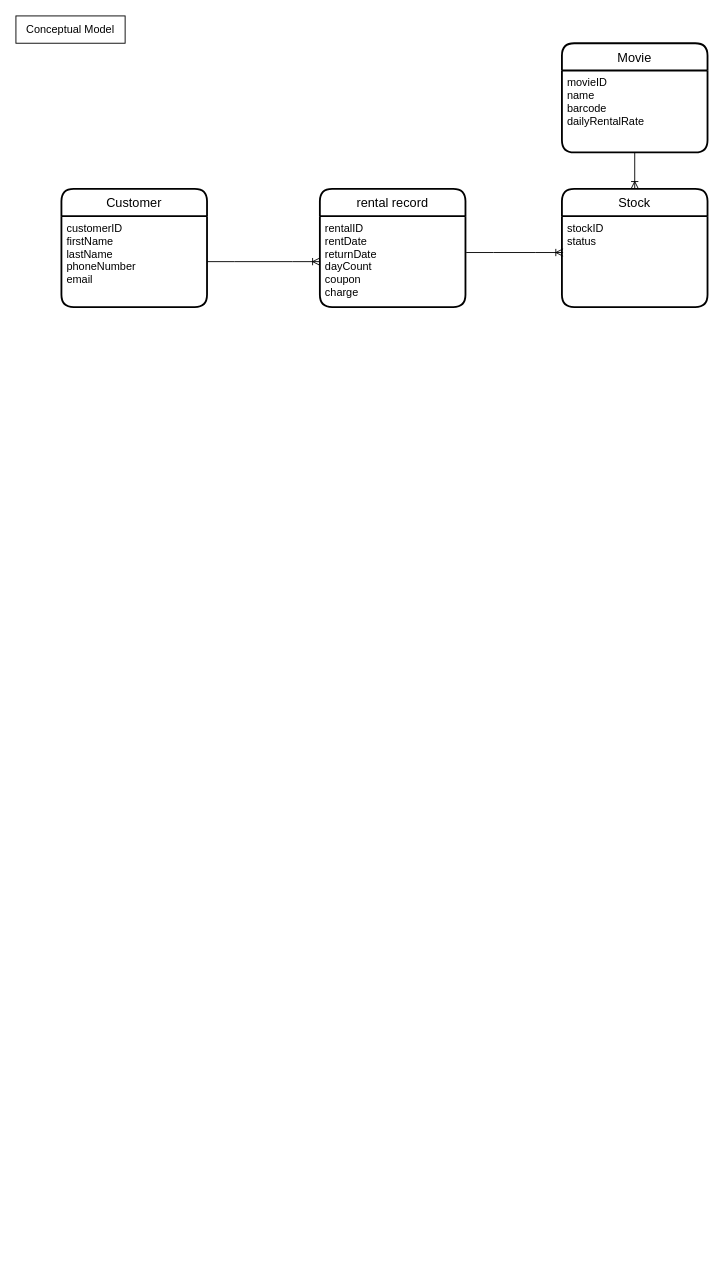
Before: vidly.drawio in SiloryL/Learning, a draw.io diagram. Source tidied: cells renumbered, new cells numbered last; positions are measured from the earlier drawing's top-left corner, leaving out a move shared by most shapes. Both pictures are drawn from the tidied source at 91%, with x=0, y=0 at pixel (15, 15).
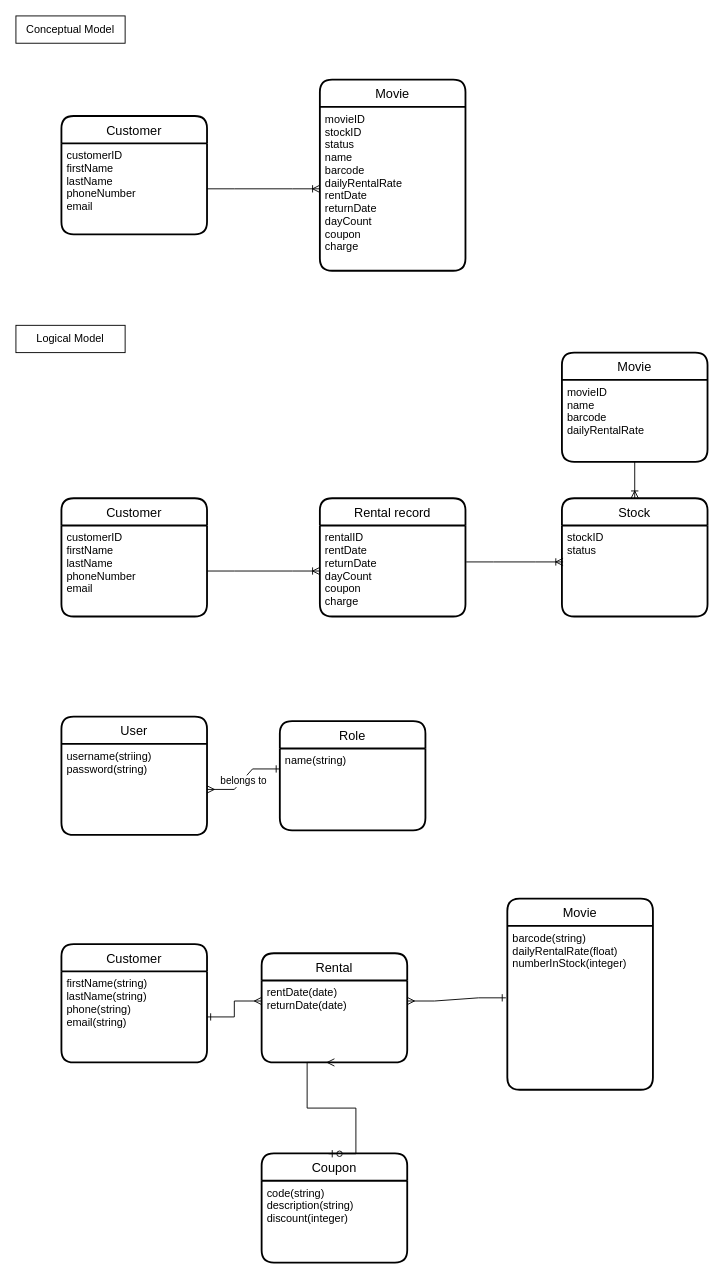
The same page after the edit.

The change refers to these unchanged cells:
```xml
<mxCell id="8" value="customerID&#10;firstName&#10;lastName&#10;phoneNumber&#10;email" style="align=left;strokeColor=none;fillColor=none;spacingLeft=4;fontSize=12;verticalAlign=top;" parent="7" vertex="1">
  <mxGeometry y="30" width="160" height="100" as="geometry" />
</mxCell>
```

The edit, as a diff of the source:
```diff
@@
-    <mxCell id="3" value="Movie" style="swimlane;horizontal=1;startSize=30;rounded=1;fontSize=14;fontStyle=0;strokeWidth=2;shadow=0;dashed=0;align=center;" parent="1" vertex="1">
-      <mxGeometry x="600" y="30" width="160" height="120" as="geometry" />
-    </mxCell>
-    <mxCell id="4" value="movieID&#10;name&#10;barcode&#10;dailyRentalRate" style="align=left;strokeColor=none;fillColor=none;spacingLeft=4;fontSize=12;verticalAlign=top;" parent="3" vertex="1">
-      <mxGeometry y="30" width="160" height="90" as="geometry" />
-    </mxCell>
-    <mxCell id="5" value="Stock" style="swimlane;horizontal=1;startSize=30;rounded=1;fontSize=14;fontStyle=0;strokeWidth=2;shadow=0;dashed=0;align=center;" parent="1" vertex="1">
-      <mxGeometry x="600" y="190" width="160" height="130" as="geometry" />
-    </mxCell>
-    <mxCell id="6" value="stockID&#10;status" style="align=left;strokeColor=none;fillColor=none;spacingLeft=4;fontSize=12;verticalAlign=top;" parent="5" vertex="1">
-      <mxGeometry y="30" width="160" height="100" as="geometry" />
-    </mxCell>
     <mxCell id="7" value="Customer" style="swimlane;horizontal=1;startSize=30;rounded=1;fontSize=14;fontStyle=0;strokeWidth=2;shadow=0;dashed=0;align=center;" parent="1" vertex="1">
-      <mxGeometry x="50" y="190" width="160" height="130" as="geometry" />
+      <mxGeometry x="50" y="110" width="160" height="130" as="geometry" />
     </mxCell>
@@
-    <mxCell id="9" value="rental record" style="swimlane;horizontal=1;startSize=30;rounded=1;fontSize=14;fontStyle=0;strokeWidth=2;shadow=0;dashed=0;align=center;" parent="1" vertex="1">
-      <mxGeometry x="334" y="190" width="160" height="130" as="geometry" />
+    <mxCell id="9" value="Movie" style="swimlane;horizontal=1;startSize=30;rounded=1;fontSize=14;fontStyle=0;strokeWidth=2;shadow=0;dashed=0;align=center;" parent="1" vertex="1">
+      <mxGeometry x="334" y="70" width="160" height="210" as="geometry" />
     </mxCell>
-    <mxCell id="10" value="rentalID&#10;rentDate&#10;returnDate&#10;dayCount&#10;coupon&#10;charge" style="align=left;strokeColor=none;fillColor=none;spacingLeft=4;fontSize=12;verticalAlign=top;" parent="9" vertex="1">
-      <mxGeometry y="30" width="160" height="100" as="geometry" />
+    <mxCell id="10" value="movieID&#10;stockID&#10;status&#10;name&#10;barcode&#10;dailyRentalRate&#10;rentDate&#10;returnDate&#10;dayCount&#10;coupon&#10;charge" style="align=left;strokeColor=none;fillColor=none;spacingLeft=4;fontSize=12;verticalAlign=top;" parent="9" vertex="1">
+      <mxGeometry y="30" width="160" height="180" as="geometry" />
     </mxCell>
+    <mxCell id="13" style="edgeStyle=entityRelationEdgeStyle;fontSize=12;html=1;endArrow=ERoneToMany;rounded=0;exitX=1;exitY=0.5;exitDx=0;exitDy=0;entryX=0;entryY=0.5;entryDx=0;entryDy=0;" parent="1" edge="1" source="8" target="10">
+      <mxGeometry relative="1" as="geometry" />
+    </mxCell>
+    <mxCell id="14" value="Logical Model" style="rounded=0;whiteSpace=wrap;html=1;" parent="1" vertex="1">
+      <mxGeometry y="340" width="120" height="30" as="geometry" />
+    </mxCell>
+    <mxCell id="15" value="Movie" style="swimlane;horizontal=1;startSize=30;rounded=1;fontSize=14;fontStyle=0;strokeWidth=2;shadow=0;dashed=0;align=center;" parent="1" vertex="1">
+      <mxGeometry x="600" y="370" width="160" height="120" as="geometry" />
+    </mxCell>
+    <mxCell id="4" value="movieID&#10;name&#10;barcode&#10;dailyRentalRate" style="align=left;strokeColor=none;fillColor=none;spacingLeft=4;fontSize=12;verticalAlign=top;" parent="15" vertex="1">
+      <mxGeometry y="30" width="160" height="90" as="geometry" />
+    </mxCell>
+    <mxCell id="5" value="Stock" style="swimlane;horizontal=1;startSize=30;rounded=1;fontSize=14;fontStyle=0;strokeWidth=2;shadow=0;dashed=0;align=center;" parent="1" vertex="1">
+      <mxGeometry x="600" y="530" width="160" height="130" as="geometry" />
+    </mxCell>
+    <mxCell id="6" value="stockID&#10;status" style="align=left;strokeColor=none;fillColor=none;spacingLeft=4;fontSize=12;verticalAlign=top;" parent="5" vertex="1">
+      <mxGeometry y="30" width="160" height="100" as="geometry" />
+    </mxCell>
+    <mxCell id="16" value="Customer" style="swimlane;horizontal=1;startSize=30;rounded=1;fontSize=14;fontStyle=0;strokeWidth=2;shadow=0;dashed=0;align=center;" parent="1" vertex="1">
+      <mxGeometry x="50" y="530" width="160" height="130" as="geometry" />
+    </mxCell>
+    <mxCell id="17" value="customerID&#10;firstName&#10;lastName&#10;phoneNumber&#10;email" style="align=left;strokeColor=none;fillColor=none;spacingLeft=4;fontSize=12;verticalAlign=top;" parent="16" vertex="1">
+      <mxGeometry y="30" width="160" height="100" as="geometry" />
+    </mxCell>
+    <mxCell id="18" value="Rental record" style="swimlane;horizontal=1;startSize=30;rounded=1;fontSize=14;fontStyle=0;strokeWidth=2;shadow=0;dashed=0;align=center;" parent="1" vertex="1">
+      <mxGeometry x="334" y="530" width="160" height="130" as="geometry" />
+    </mxCell>
+    <mxCell id="19" value="rentalID&#10;rentDate&#10;returnDate&#10;dayCount&#10;coupon&#10;charge" style="align=left;strokeColor=none;fillColor=none;spacingLeft=4;fontSize=12;verticalAlign=top;" parent="18" vertex="1">
+      <mxGeometry y="30" width="160" height="100" as="geometry" />
+    </mxCell>
@@
-    <mxCell id="12" style="edgeStyle=entityRelationEdgeStyle;fontSize=12;html=1;endArrow=ERoneToMany;rounded=0;exitX=1.005;exitY=0.4;exitDx=0;exitDy=0;exitPerimeter=0;entryX=0.008;entryY=0.4;entryDx=0;entryDy=0;entryPerimeter=0;" parent="1" edge="1" source="10" target="6">
-      <mxGeometry relative="1" as="geometry" />
-    </mxCell>
-    <mxCell id="13" style="edgeStyle=entityRelationEdgeStyle;fontSize=12;html=1;endArrow=ERoneToMany;rounded=0;exitX=1;exitY=0.5;exitDx=0;exitDy=0;entryX=0;entryY=0.5;entryDx=0;entryDy=0;" parent="1" edge="1" source="8" target="10">
-      <mxGeometry relative="1" as="geometry" />
-    </mxCell>
+    <mxCell id="20" style="edgeStyle=entityRelationEdgeStyle;fontSize=12;html=1;endArrow=ERoneToMany;rounded=0;exitX=1.005;exitY=0.4;exitDx=0;exitDy=0;exitPerimeter=0;entryX=0.008;entryY=0.4;entryDx=0;entryDy=0;entryPerimeter=0;" parent="1" edge="1" source="19" target="6">
+      <mxGeometry relative="1" as="geometry" />
+    </mxCell>
+    <mxCell id="21" style="edgeStyle=entityRelationEdgeStyle;fontSize=12;html=1;endArrow=ERoneToMany;rounded=0;exitX=1;exitY=0.5;exitDx=0;exitDy=0;entryX=0;entryY=0.5;entryDx=0;entryDy=0;" parent="1" edge="1" source="17" target="19">
+      <mxGeometry relative="1" as="geometry" />
+    </mxCell>
+    <mxCell id="22" value="User" style="swimlane;horizontal=1;startSize=30;rounded=1;fontSize=14;fontStyle=0;strokeWidth=2;shadow=0;dashed=0;align=center;" parent="1" vertex="1">
+      <mxGeometry x="50" y="770" width="160" height="130" as="geometry" />
+    </mxCell>
+    <mxCell id="23" value="username(striing)&#10;password(string)" style="align=left;strokeColor=none;fillColor=none;spacingLeft=4;fontSize=12;verticalAlign=top;" parent="22" vertex="1">
+      <mxGeometry y="30" width="160" height="100" as="geometry" />
+    </mxCell>
+    <mxCell id="24" style="edgeStyle=entityRelationEdgeStyle;fontSize=12;html=1;endArrow=ERone;rounded=0;exitX=1;exitY=0.5;exitDx=0;exitDy=0;startArrow=ERmany;startFill=0;entryX=0;entryY=0.25;entryDx=0;entryDy=0;endFill=0;" parent="1" edge="1" source="23" target="37">
+      <mxGeometry relative="1" as="geometry" />
+    </mxCell>
+    <mxCell id="25" value="belongs to" style="edgeLabel;html=1;align=center;verticalAlign=middle;" parent="24" vertex="1">
+      <mxGeometry x="-0.04" y="-1" relative="1" as="geometry" />
+    </mxCell>
+    <mxCell id="26" value="Customer" style="swimlane;horizontal=1;startSize=30;rounded=1;fontSize=14;fontStyle=0;strokeWidth=2;shadow=0;dashed=0;align=center;" parent="1" vertex="1">
+      <mxGeometry x="50" y="1020" width="160" height="130" as="geometry" />
+    </mxCell>
+    <mxCell id="27" value="firstName(string)&#10;lastName(string)&#10;phone(string)&#10;email(string)" style="align=left;strokeColor=none;fillColor=none;spacingLeft=4;fontSize=12;verticalAlign=top;" parent="26" vertex="1">
+      <mxGeometry y="30" width="160" height="100" as="geometry" />
+    </mxCell>
+    <mxCell id="28" value="Movie" style="swimlane;horizontal=1;startSize=30;rounded=1;fontSize=14;fontStyle=0;strokeWidth=2;shadow=0;dashed=0;align=center;" parent="1" vertex="1">
+      <mxGeometry x="540" y="970" width="160" height="210" as="geometry" />
+    </mxCell>
+    <mxCell id="29" value="barcode(string)&#10;dailyRentalRate(float)&#10;numberInStock(integer)" style="align=left;strokeColor=none;fillColor=none;spacingLeft=4;fontSize=12;verticalAlign=top;" parent="28" vertex="1">
+      <mxGeometry y="30" width="160" height="180" as="geometry" />
+    </mxCell>
+    <mxCell id="30" value="Rental" style="swimlane;horizontal=1;startSize=30;rounded=1;fontSize=14;fontStyle=0;strokeWidth=2;shadow=0;dashed=0;align=center;" parent="1" vertex="1">
+      <mxGeometry x="270" y="1030" width="160" height="120" as="geometry" />
+    </mxCell>
+    <mxCell id="31" value="rentDate(date)&#10;returnDate(date)" style="align=left;strokeColor=none;fillColor=none;spacingLeft=4;fontSize=12;verticalAlign=top;" parent="30" vertex="1">
+      <mxGeometry y="30" width="160" height="90" as="geometry" />
+    </mxCell>
+    <mxCell id="32" style="edgeStyle=entityRelationEdgeStyle;fontSize=12;html=1;endArrow=ERone;rounded=0;entryX=1;entryY=0.5;entryDx=0;entryDy=0;exitX=0;exitY=0.25;exitDx=0;exitDy=0;startArrow=ERmany;startFill=0;endFill=0;" parent="1" edge="1" source="31" target="27">
+      <mxGeometry relative="1" as="geometry" />
+    </mxCell>
+    <mxCell id="33" value="Coupon" style="swimlane;horizontal=1;startSize=30;rounded=1;fontSize=14;fontStyle=0;strokeWidth=2;shadow=0;dashed=0;align=center;" parent="1" vertex="1">
+      <mxGeometry x="270" y="1250" width="160" height="120" as="geometry" />
+    </mxCell>
+    <mxCell id="34" value="code(string)&#10;description(string)&#10;discount(integer)" style="align=left;strokeColor=none;fillColor=none;spacingLeft=4;fontSize=12;verticalAlign=top;" parent="33" vertex="1">
+      <mxGeometry y="30" width="160" height="90" as="geometry" />
+    </mxCell>
+    <mxCell id="35" style="edgeStyle=entityRelationEdgeStyle;fontSize=12;html=1;endArrow=ERone;startArrow=ERmany;rounded=0;exitX=1;exitY=0.25;exitDx=0;exitDy=0;entryX=-0.01;entryY=0.439;entryDx=0;entryDy=0;entryPerimeter=0;endFill=0;" parent="1" edge="1" source="31" target="29">
+      <mxGeometry relative="1" as="geometry" />
+    </mxCell>
+    <mxCell id="36" value="Role" style="swimlane;horizontal=1;startSize=30;rounded=1;fontSize=14;fontStyle=0;strokeWidth=2;shadow=0;dashed=0;align=center;" parent="1" vertex="1">
+      <mxGeometry x="290" y="775" width="160" height="120" as="geometry" />
+    </mxCell>
+    <mxCell id="37" value="name(string)&#10;" style="align=left;strokeColor=none;fillColor=none;spacingLeft=4;fontSize=12;verticalAlign=top;" parent="36" vertex="1">
+      <mxGeometry y="30" width="160" height="90" as="geometry" />
+    </mxCell>
+    <mxCell id="38" style="edgeStyle=entityRelationEdgeStyle;fontSize=12;html=1;endArrow=ERmany;rounded=0;entryX=0.5;entryY=1;entryDx=0;entryDy=0;exitX=0.46;exitY=0.003;exitDx=0;exitDy=0;exitPerimeter=0;startArrow=ERzeroToOne;startFill=0;" parent="1" edge="1" source="33" target="31">
+      <mxGeometry relative="1" as="geometry" />
+    </mxCell>
```
